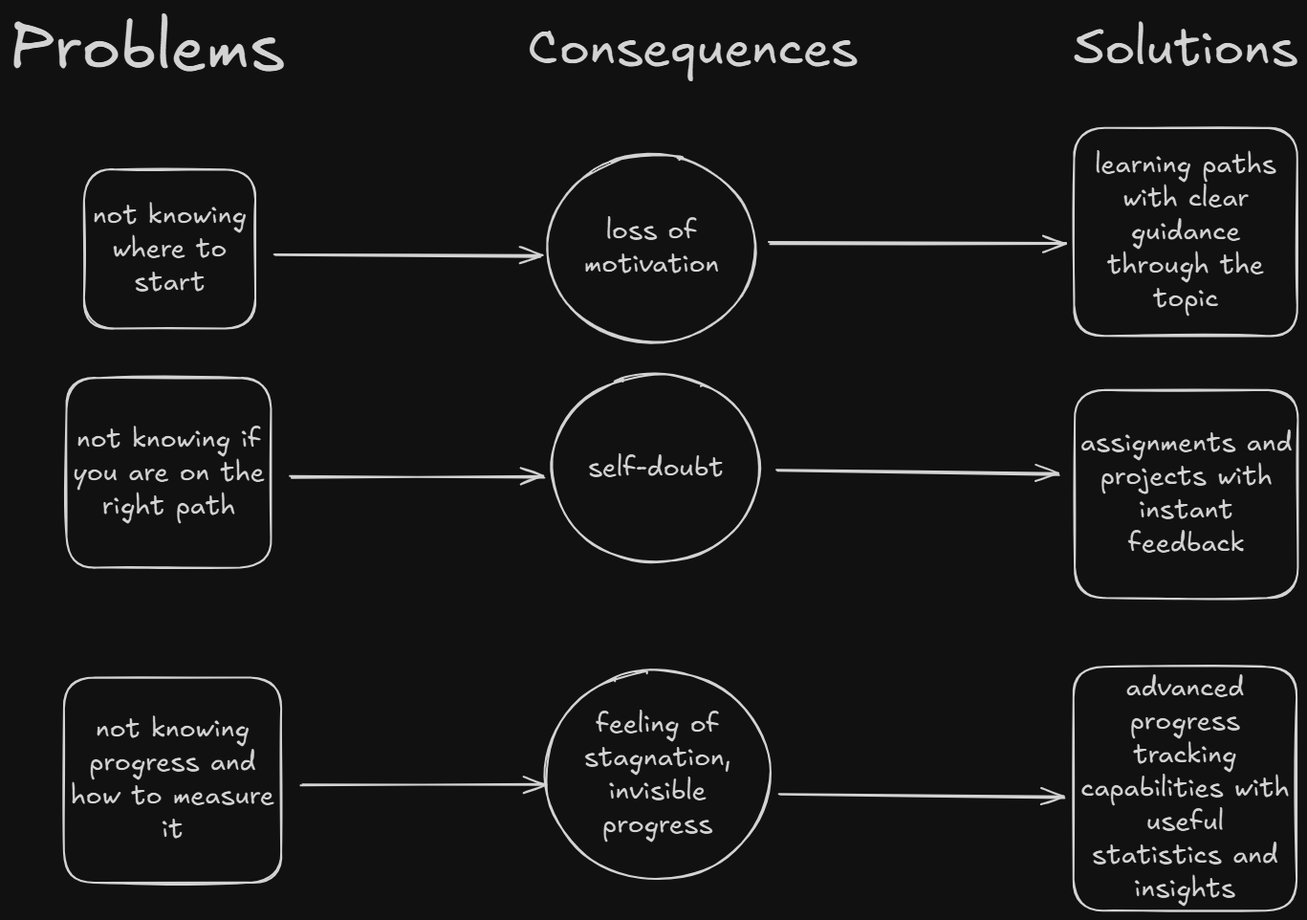
Above: docs/res/diagrams/problems-and-solutions.excalidraw.png in PathlyLearningPlatform/Backend (Excalidraw), before the change. Source tidied: one line per element, renumbered; positions are measured from the earlier drawing's top-left corner, leaving out a move shared by most shapes. Source of this version:
```json
{"id": 0, "type": "text", "text": "Problems", "strokeColor": "#1e1e1e", "strokeWidth": 2, "roughness": 1, "fontSize": 68.0, "fontFamily": 5, "x": 0, "y": 0, "width": 288, "height": 85}
{"id": 1, "type": "rectangle", "strokeColor": "#1e1e1e", "strokeWidth": 2, "roughness": 1, "round": true, "x": 78, "y": 167, "width": 179, "height": 166}
{"id": 2, "type": "text", "text": "not knowing\nwhere to\nstart", "strokeColor": "#1e1e1e", "strokeWidth": 2, "roughness": 1, "fontSize": 28, "fontFamily": 5, "textAlign": "center", "verticalAlign": "middle", "inside": 1, "x": 87, "y": 198, "width": 161, "height": 105}
{"id": 3, "type": "ellipse", "strokeColor": "#1e1e1e", "strokeWidth": 2, "roughness": 1, "round": true, "x": 563, "y": 151, "width": 218, "height": 197}
{"id": 4, "type": "text", "text": "loss of\nmotivation", "strokeColor": "#1e1e1e", "strokeWidth": 2, "roughness": 1, "fontSize": 28, "fontFamily": 5, "textAlign": "center", "verticalAlign": "middle", "inside": 3, "x": 601, "y": 215, "width": 142, "height": 70}
{"id": 5, "type": "text", "text": "Consequences", "strokeColor": "#1e1e1e", "strokeWidth": 2, "roughness": 1, "fontSize": 52.53, "fontFamily": 5, "x": 542, "y": 10, "width": 345, "height": 66}
{"id": 6, "type": "arrow", "strokeColor": "#1e1e1e", "strokeWidth": 2, "roughness": 1, "endArrowhead": "arrow", "round": true, "from": 1, "to": 3, "x": 278, "y": 256, "width": 278, "height": 2, "points": [[0, 0], [278, 2]]}
{"id": 7, "type": "rectangle", "strokeColor": "#1e1e1e", "strokeWidth": 2, "roughness": 1, "round": true, "x": 60, "y": 385, "width": 214, "height": 198}
{"id": 8, "type": "text", "text": "not knowing if\nyou are on the\nright path", "strokeColor": "#1e1e1e", "strokeWidth": 2, "roughness": 1, "fontSize": 28, "fontFamily": 5, "textAlign": "center", "verticalAlign": "middle", "inside": 7, "x": 66, "y": 432, "width": 201, "height": 105}
{"id": 9, "type": "ellipse", "strokeColor": "#1e1e1e", "strokeWidth": 2, "roughness": 1, "round": true, "x": 567, "y": 381, "width": 218, "height": 197}
{"id": 10, "type": "text", "text": "self-doubt", "strokeColor": "#1e1e1e", "strokeWidth": 2, "roughness": 1, "fontSize": 28, "fontFamily": 5, "textAlign": "center", "verticalAlign": "middle", "inside": 9, "x": 605, "y": 462, "width": 142, "height": 35}
{"id": 11, "type": "arrow", "strokeColor": "#1e1e1e", "strokeWidth": 2, "roughness": 1, "endArrowhead": "arrow", "round": true, "from": 7, "to": 9, "x": 294, "y": 489, "width": 266, "height": 0, "points": [[0, 0], [266, 0]]}
{"id": 12, "type": "rectangle", "strokeColor": "#1e1e1e", "strokeWidth": 2, "roughness": 1, "round": true, "x": 57, "y": 698, "width": 227, "height": 214}
{"id": 13, "type": "text", "text": "not knowing\nprogress and\nhow to measure\nit", "strokeColor": "#1e1e1e", "strokeWidth": 2, "roughness": 1, "fontSize": 28, "fontFamily": 5, "textAlign": "center", "verticalAlign": "middle", "inside": 12, "x": 64, "y": 736, "width": 213, "height": 140}
{"id": 14, "type": "ellipse", "strokeColor": "#1e1e1e", "strokeWidth": 2, "roughness": 1, "round": true, "x": 560, "y": 691, "width": 235, "height": 219}
{"id": 15, "type": "text", "text": "feeling of\nstagnation,\ninvisible\nprogress", "strokeColor": "#1e1e1e", "strokeWidth": 2, "roughness": 1, "fontSize": 28, "fontFamily": 5, "textAlign": "center", "verticalAlign": "middle", "inside": 14, "x": 601, "y": 730, "width": 154, "height": 140}
{"id": 16, "type": "arrow", "strokeColor": "#1e1e1e", "strokeWidth": 2, "roughness": 1, "endArrowhead": "arrow", "round": true, "from": 12, "to": 14, "x": 305, "y": 811, "width": 255, "height": 0, "points": [[0, 0], [255, 0]]}
{"id": 17, "type": "text", "text": "Solutions", "strokeColor": "#1e1e1e", "strokeWidth": 2, "roughness": 1, "fontSize": 52.53, "fontFamily": 5, "x": 1113, "y": 10, "width": 234, "height": 66}
{"id": 18, "type": "rectangle", "strokeColor": "#1e1e1e", "strokeWidth": 2, "roughness": 1, "round": true, "x": 1113, "y": 124, "width": 233, "height": 217}
{"id": 19, "type": "text", "text": "learning paths\nwith clear\nguidance\nthrough the\ntopic", "strokeColor": "#1e1e1e", "strokeWidth": 2, "roughness": 1, "fontSize": 28, "fontFamily": 5, "textAlign": "center", "verticalAlign": "middle", "inside": 18, "x": 1135, "y": 145, "width": 190, "height": 175}
{"id": 20, "type": "rectangle", "strokeColor": "#1e1e1e", "strokeWidth": 2, "roughness": 1, "round": true, "x": 1114, "y": 398, "width": 233, "height": 217}
{"id": 21, "type": "text", "text": "assignments and\nprojects with\ninstant\nfeedback", "strokeColor": "#1e1e1e", "strokeWidth": 2, "roughness": 1, "fontSize": 28, "fontFamily": 5, "textAlign": "center", "verticalAlign": "middle", "inside": 20, "x": 1120, "y": 436, "width": 222, "height": 140}
{"id": 22, "type": "rectangle", "strokeColor": "#1e1e1e", "strokeWidth": 2, "roughness": 1, "round": true, "x": 1113, "y": 687, "width": 233, "height": 255}
{"id": 23, "type": "text", "text": "advanced\nprogress\ntracking\ncapabilities with\nuseful\nstatistics and\ninsights", "strokeColor": "#1e1e1e", "strokeWidth": 2, "roughness": 1, "fontSize": 28, "fontFamily": 5, "textAlign": "center", "verticalAlign": "middle", "inside": 22, "x": 1120, "y": 692, "width": 218, "height": 245}
{"id": 24, "type": "arrow", "strokeColor": "#1e1e1e", "strokeWidth": 2, "roughness": 1, "endArrowhead": "arrow", "round": true, "from": 3, "to": 18, "x": 795, "y": 244, "width": 309, "height": 1, "points": [[0, 0], [309, 1]]}
{"id": 25, "type": "arrow", "strokeColor": "#1e1e1e", "strokeWidth": 2, "roughness": 1, "endArrowhead": "arrow", "round": true, "from": 9, "to": 20, "x": 803, "y": 482, "width": 295, "height": 4, "points": [[0, 0], [295, 4]]}
{"id": 26, "type": "arrow", "strokeColor": "#1e1e1e", "strokeWidth": 2, "roughness": 1, "endArrowhead": "arrow", "round": true, "from": 14, "to": 22, "x": 805, "y": 820, "width": 297, "height": 4, "points": [[0, 0], [297, 4]]}
```
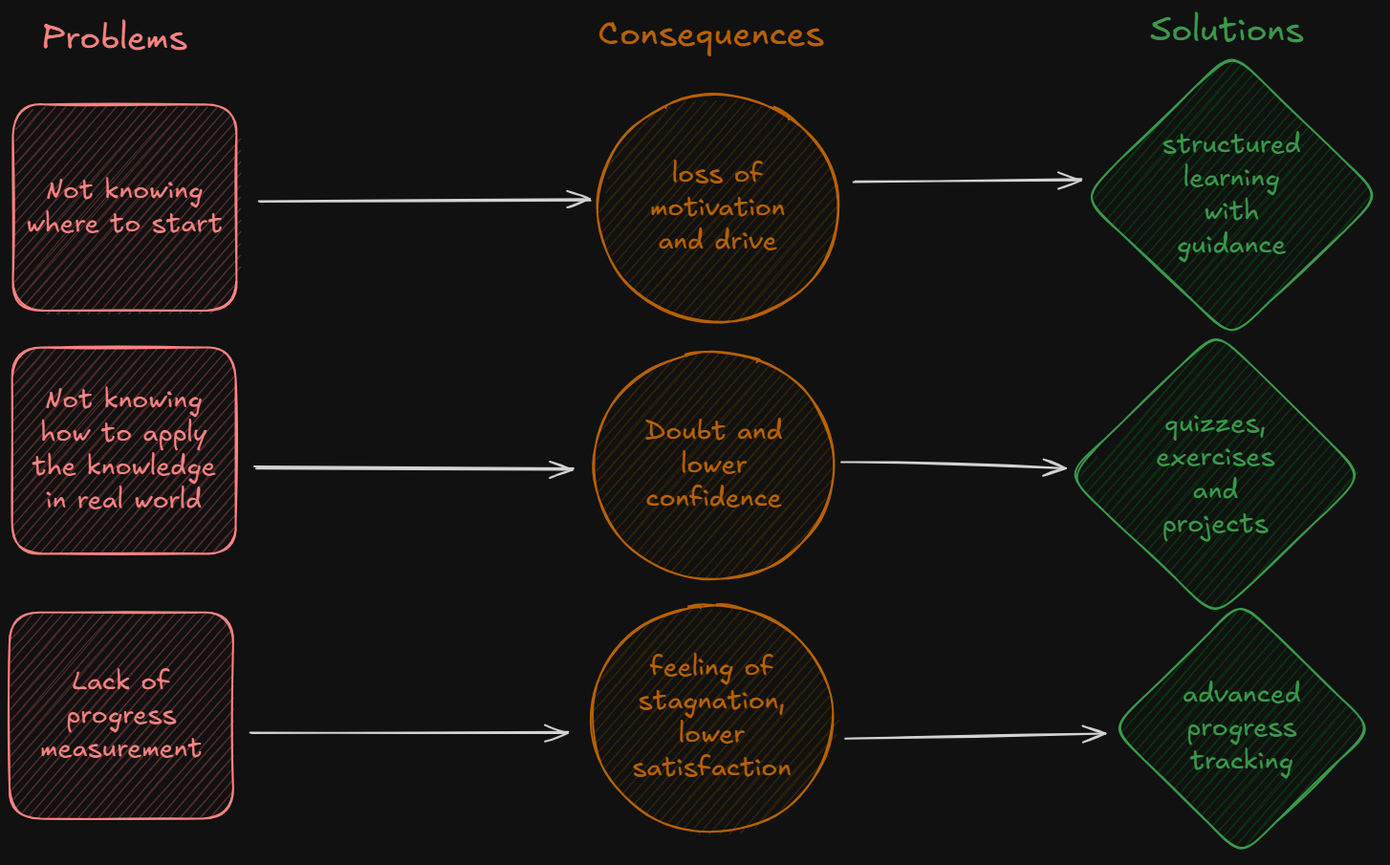
After the change.

Commit message:
improved diagram

The edit, as a diff of the source:
```diff
@@ -1,27 +1,27 @@
-{"id": 0, "type": "text", "text": "Problems", "strokeColor": "#1e1e1e", "strokeWidth": 2, "roughness": 1, "fontSize": 68.0, "fontFamily": 5, "x": 0, "y": 0, "width": 288, "height": 85}
+{"id": 0, "type": "text", "text": "Problems", "strokeColor": "#e03131", "strokeWidth": 2, "roughness": 1, "fontSize": 36, "fontFamily": 5, "x": 4, "y": 25, "width": 152, "height": 45}
-{"id": 1, "type": "rectangle", "strokeColor": "#1e1e1e", "strokeWidth": 2, "roughness": 1, "round": true, "x": 78, "y": 167, "width": 179, "height": 166}
+{"id": 1, "type": "rectangle", "strokeColor": "#e03131", "backgroundColor": "#ffc9c9", "fillStyle": "hachure", "strokeWidth": 2, "roughness": 1, "round": true, "x": -26, "y": 117, "width": 234, "height": 216}
-{"id": 2, "type": "text", "text": "not knowing\nwhere to\nstart", "strokeColor": "#1e1e1e", "strokeWidth": 2, "roughness": 1, "fontSize": 28, "fontFamily": 5, "textAlign": "center", "verticalAlign": "middle", "inside": 1, "x": 87, "y": 198, "width": 161, "height": 105}
+{"id": 2, "type": "text", "text": "Not knowing\nwhere to start", "strokeColor": "#e03131", "strokeWidth": 2, "roughness": 1, "fontSize": 28, "fontFamily": 5, "textAlign": "center", "verticalAlign": "middle", "inside": 1, "x": -12, "y": 189, "width": 206, "height": 70}
-{"id": 3, "type": "ellipse", "strokeColor": "#1e1e1e", "strokeWidth": 2, "roughness": 1, "round": true, "x": 563, "y": 151, "width": 218, "height": 197}
-{"id": 4, "type": "text", "text": "loss of\nmotivation", "strokeColor": "#1e1e1e", "strokeWidth": 2, "roughness": 1, "fontSize": 28, "fontFamily": 5, "textAlign": "center", "verticalAlign": "middle", "inside": 3, "x": 601, "y": 215, "width": 142, "height": 70}
-{"id": 5, "type": "text", "text": "Consequences", "strokeColor": "#1e1e1e", "strokeWidth": 2, "roughness": 1, "fontSize": 52.53, "fontFamily": 5, "x": 542, "y": 10, "width": 345, "height": 66}
+{"id": 5, "type": "text", "text": "Consequences", "strokeColor": "#f08c00", "strokeWidth": 2, "roughness": 1, "fontSize": 36, "fontFamily": 5, "x": 586, "y": 21, "width": 236, "height": 45}
-{"id": 6, "type": "arrow", "strokeColor": "#1e1e1e", "strokeWidth": 2, "roughness": 1, "endArrowhead": "arrow", "round": true, "from": 1, "to": 3, "x": 278, "y": 256, "width": 278, "height": 2, "points": [[0, 0], [278, 2]]}
-{"id": 7, "type": "rectangle", "strokeColor": "#1e1e1e", "strokeWidth": 2, "roughness": 1, "round": true, "x": 60, "y": 385, "width": 214, "height": 198}
-{"id": 8, "type": "text", "text": "not knowing if\nyou are on the\nright path", "strokeColor": "#1e1e1e", "strokeWidth": 2, "roughness": 1, "fontSize": 28, "fontFamily": 5, "textAlign": "center", "verticalAlign": "middle", "inside": 7, "x": 66, "y": 432, "width": 201, "height": 105}
-{"id": 9, "type": "ellipse", "strokeColor": "#1e1e1e", "strokeWidth": 2, "roughness": 1, "round": true, "x": 567, "y": 381, "width": 218, "height": 197}
-{"id": 10, "type": "text", "text": "self-doubt", "strokeColor": "#1e1e1e", "strokeWidth": 2, "roughness": 1, "fontSize": 28, "fontFamily": 5, "textAlign": "center", "verticalAlign": "middle", "inside": 9, "x": 605, "y": 462, "width": 142, "height": 35}
-{"id": 11, "type": "arrow", "strokeColor": "#1e1e1e", "strokeWidth": 2, "roughness": 1, "endArrowhead": "arrow", "round": true, "from": 7, "to": 9, "x": 294, "y": 489, "width": 266, "height": 0, "points": [[0, 0], [266, 0]]}
-{"id": 12, "type": "rectangle", "strokeColor": "#1e1e1e", "strokeWidth": 2, "roughness": 1, "round": true, "x": 57, "y": 698, "width": 227, "height": 214}
-{"id": 13, "type": "text", "text": "not knowing\nprogress and\nhow to measure\nit", "strokeColor": "#1e1e1e", "strokeWidth": 2, "roughness": 1, "fontSize": 28, "fontFamily": 5, "textAlign": "center", "verticalAlign": "middle", "inside": 12, "x": 64, "y": 736, "width": 213, "height": 140}
-{"id": 14, "type": "ellipse", "strokeColor": "#1e1e1e", "strokeWidth": 2, "roughness": 1, "round": true, "x": 560, "y": 691, "width": 235, "height": 219}
+{"id": 14, "type": "ellipse", "strokeColor": "#f08c00", "backgroundColor": "#ffec99", "fillStyle": "hachure", "strokeWidth": 2, "roughness": 1, "round": true, "x": 579, "y": 640, "width": 252, "height": 238}
-{"id": 15, "type": "text", "text": "feeling of\nstagnation,\ninvisible\nprogress", "strokeColor": "#1e1e1e", "strokeWidth": 2, "roughness": 1, "fontSize": 28, "fontFamily": 5, "textAlign": "center", "verticalAlign": "middle", "inside": 14, "x": 601, "y": 730, "width": 154, "height": 140}
+{"id": 15, "type": "text", "text": "feeling of\nstagnation,\nlower\nsatisfaction", "strokeColor": "#f08c00", "strokeWidth": 2, "roughness": 1, "fontSize": 28, "fontFamily": 5, "textAlign": "center", "verticalAlign": "middle", "inside": 14, "x": 622, "y": 689, "width": 167, "height": 140}
-{"id": 16, "type": "arrow", "strokeColor": "#1e1e1e", "strokeWidth": 2, "roughness": 1, "endArrowhead": "arrow", "round": true, "from": 12, "to": 14, "x": 305, "y": 811, "width": 255, "height": 0, "points": [[0, 0], [255, 0]]}
-{"id": 17, "type": "text", "text": "Solutions", "strokeColor": "#1e1e1e", "strokeWidth": 2, "roughness": 1, "fontSize": 52.53, "fontFamily": 5, "x": 1113, "y": 10, "width": 234, "height": 66}
+{"id": 17, "type": "text", "text": "Solutions", "strokeColor": "#2f9e44", "strokeWidth": 2, "roughness": 1, "fontSize": 36, "fontFamily": 5, "x": 1164, "y": 17, "width": 161, "height": 45}
-{"id": 18, "type": "rectangle", "strokeColor": "#1e1e1e", "strokeWidth": 2, "roughness": 1, "round": true, "x": 1113, "y": 124, "width": 233, "height": 217}
-{"id": 19, "type": "text", "text": "learning paths\nwith clear\nguidance\nthrough the\ntopic", "strokeColor": "#1e1e1e", "strokeWidth": 2, "roughness": 1, "fontSize": 28, "fontFamily": 5, "textAlign": "center", "verticalAlign": "middle", "inside": 18, "x": 1135, "y": 145, "width": 190, "height": 175}
-{"id": 20, "type": "rectangle", "strokeColor": "#1e1e1e", "strokeWidth": 2, "roughness": 1, "round": true, "x": 1114, "y": 398, "width": 233, "height": 217}
-{"id": 21, "type": "text", "text": "assignments and\nprojects with\ninstant\nfeedback", "strokeColor": "#1e1e1e", "strokeWidth": 2, "roughness": 1, "fontSize": 28, "fontFamily": 5, "textAlign": "center", "verticalAlign": "middle", "inside": 20, "x": 1120, "y": 436, "width": 222, "height": 140}
-{"id": 22, "type": "rectangle", "strokeColor": "#1e1e1e", "strokeWidth": 2, "roughness": 1, "round": true, "x": 1113, "y": 687, "width": 233, "height": 255}
-{"id": 23, "type": "text", "text": "advanced\nprogress\ntracking\ncapabilities with\nuseful\nstatistics and\ninsights", "strokeColor": "#1e1e1e", "strokeWidth": 2, "roughness": 1, "fontSize": 28, "fontFamily": 5, "textAlign": "center", "verticalAlign": "middle", "inside": 22, "x": 1120, "y": 692, "width": 218, "height": 245}
-{"id": 24, "type": "arrow", "strokeColor": "#1e1e1e", "strokeWidth": 2, "roughness": 1, "endArrowhead": "arrow", "round": true, "from": 3, "to": 18, "x": 795, "y": 244, "width": 309, "height": 1, "points": [[0, 0], [309, 1]]}
-{"id": 25, "type": "arrow", "strokeColor": "#1e1e1e", "strokeWidth": 2, "roughness": 1, "endArrowhead": "arrow", "round": true, "from": 9, "to": 20, "x": 803, "y": 482, "width": 295, "height": 4, "points": [[0, 0], [295, 4]]}
-{"id": 26, "type": "arrow", "strokeColor": "#1e1e1e", "strokeWidth": 2, "roughness": 1, "endArrowhead": "arrow", "round": true, "from": 14, "to": 22, "x": 805, "y": 820, "width": 297, "height": 4, "points": [[0, 0], [297, 4]]}
+{"id": 27, "type": "rectangle", "strokeColor": "#e03131", "backgroundColor": "#ffc9c9", "fillStyle": "hachure", "strokeWidth": 2, "roughness": 1, "round": true, "x": -27, "y": 371, "width": 234, "height": 216}
+{"id": 28, "type": "text", "text": "Not knowing\nhow to apply\nthe knowledge\nin real world", "strokeColor": "#e03131", "strokeWidth": 2, "roughness": 1, "fontSize": 28, "fontFamily": 5, "textAlign": "center", "verticalAlign": "middle", "inside": 27, "x": -6, "y": 409, "width": 192, "height": 140}
+{"id": 29, "type": "rectangle", "strokeColor": "#e03131", "backgroundColor": "#ffc9c9", "fillStyle": "hachure", "strokeWidth": 2, "roughness": 1, "round": true, "x": -30, "y": 648, "width": 234, "height": 216}
+{"id": 30, "type": "text", "text": "Lack of\nprogress\nmeasurement", "strokeColor": "#e03131", "strokeWidth": 2, "roughness": 1, "fontSize": 28, "fontFamily": 5, "textAlign": "center", "verticalAlign": "middle", "inside": 29, "x": 2, "y": 704, "width": 170, "height": 105}
+{"id": 31, "type": "ellipse", "strokeColor": "#f08c00", "backgroundColor": "#ffec99", "fillStyle": "hachure", "strokeWidth": 2, "roughness": 1, "round": true, "x": 581, "y": 376, "width": 252, "height": 238}
+{"id": 32, "type": "text", "text": "Doubt and\nlower\nconfidence", "strokeColor": "#f08c00", "strokeWidth": 2, "roughness": 1, "fontSize": 28, "fontFamily": 5, "textAlign": "center", "verticalAlign": "middle", "inside": 31, "x": 635, "y": 442, "width": 144, "height": 105}
+{"id": 33, "type": "ellipse", "strokeColor": "#f08c00", "backgroundColor": "#ffec99", "fillStyle": "hachure", "strokeWidth": 2, "roughness": 1, "round": true, "x": 585, "y": 106, "width": 252, "height": 238}
+{"id": 34, "type": "text", "text": "loss of\nmotivation\nand drive", "strokeColor": "#f08c00", "strokeWidth": 2, "roughness": 1, "fontSize": 28, "fontFamily": 5, "textAlign": "center", "verticalAlign": "middle", "inside": 33, "x": 640, "y": 173, "width": 142, "height": 105}
+{"id": 35, "type": "diamond", "strokeColor": "#2f9e44", "backgroundColor": "#b2f2bb", "fillStyle": "hachure", "strokeWidth": 2, "roughness": 1, "round": true, "x": 1093, "y": 61, "width": 312, "height": 300}
+{"id": 36, "type": "text", "text": "structured\nlearning\nwith\nguidance", "strokeColor": "#2f9e44", "strokeWidth": 2, "roughness": 1, "fontSize": 28, "fontFamily": 5, "textAlign": "center", "verticalAlign": "middle", "inside": 35, "x": 1176, "y": 141, "width": 145, "height": 140}
+{"id": 37, "type": "diamond", "strokeColor": "#2f9e44", "backgroundColor": "#b2f2bb", "fillStyle": "hachure", "strokeWidth": 2, "roughness": 1, "round": true, "x": 1077, "y": 354, "width": 311, "height": 300}
+{"id": 38, "type": "text", "text": "quizzes,\nexercises\nand\nprojects", "strokeColor": "#2f9e44", "strokeWidth": 2, "roughness": 1, "fontSize": 28, "fontFamily": 5, "textAlign": "center", "verticalAlign": "middle", "inside": 37, "x": 1170, "y": 434, "width": 125, "height": 140}
+{"id": 39, "type": "diamond", "strokeColor": "#2f9e44", "backgroundColor": "#b2f2bb", "fillStyle": "hachure", "strokeWidth": 2, "roughness": 1, "round": true, "x": 1123, "y": 636, "width": 272, "height": 266}
+{"id": 40, "type": "text", "text": "advanced\nprogress\ntracking", "strokeColor": "#2f9e44", "strokeWidth": 2, "roughness": 1, "fontSize": 28, "fontFamily": 5, "textAlign": "center", "verticalAlign": "middle", "inside": 39, "x": 1197, "y": 717, "width": 124, "height": 105}
+{"id": 41, "type": "arrow", "strokeColor": "#1e1e1e", "strokeWidth": 2, "roughness": 1, "endArrowhead": "arrow", "round": true, "from": 1, "to": 33, "x": 231, "y": 217, "width": 345, "height": 1, "points": [[0, 0], [345, -1]]}
+{"id": 42, "type": "arrow", "strokeColor": "#1e1e1e", "strokeWidth": 2, "roughness": 1, "endArrowhead": "arrow", "round": true, "from": 27, "to": 31, "x": 227, "y": 496, "width": 333, "height": 1, "points": [[0, 0], [333, 1]]}
+{"id": 43, "type": "arrow", "strokeColor": "#1e1e1e", "strokeWidth": 2, "roughness": 1, "endArrowhead": "arrow", "round": true, "from": 29, "to": 14, "x": 223, "y": 773, "width": 331, "height": 0, "points": [[0, 0], [331, 0]]}
+{"id": 44, "type": "arrow", "strokeColor": "#1e1e1e", "strokeWidth": 2, "roughness": 1, "endArrowhead": "arrow", "round": true, "from": 33, "to": 35, "x": 854, "y": 197, "width": 237, "height": 3, "points": [[0, 0], [237, -3]]}
+{"id": 45, "type": "arrow", "strokeColor": "#1e1e1e", "strokeWidth": 2, "roughness": 1, "endArrowhead": "arrow", "from": 31, "to": 37, "x": 841, "y": 491, "width": 235, "height": 7, "points": [[0, 0], [235, 7]]}
+{"id": 46, "type": "arrow", "strokeColor": "#1e1e1e", "strokeWidth": 2, "roughness": 1, "endArrowhead": "arrow", "from": 14, "to": 39, "x": 845, "y": 780, "width": 272, "height": 5, "points": [[0, 0], [272, -5]]}
```
